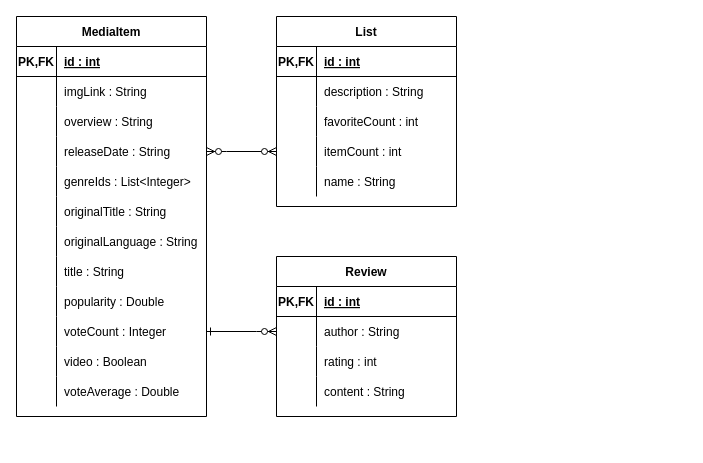
Above: page "Relationeel ontwerp" (2 of 4) of Diagrams/ERD.drawio in TeaDrinkingProgrammer/NetNietFlix (draw.io), before the change. Source tidied: cells renumbered, new cells numbered last; positions are measured from the earlier drawing's top-left corner, leaving out a move shared by most shapes. Both pictures are drawn from the tidied source at 100%, with x=0, y=0 at pixel (16, 16).
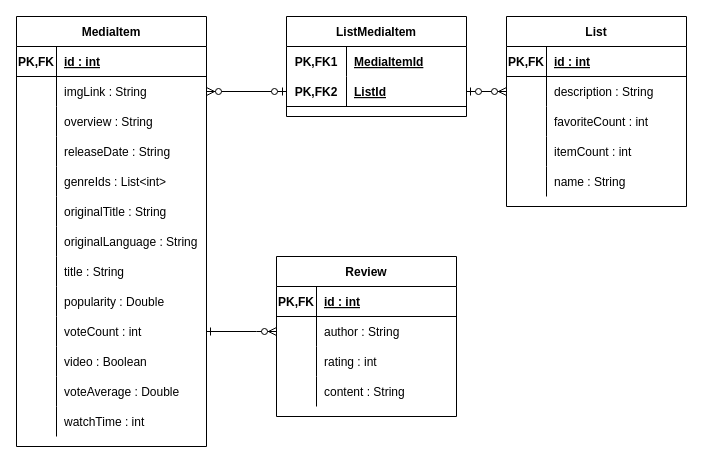
The same page after the edit.

Unchanged cells that the change refers to:
```xml
<mxCell id="7" style="shape=partialRectangle;fillColor=none;top=0;left=0;bottom=0;right=0;points=[[0,0.5],[1,0.5]];portConstraint=eastwest;" parent="3" vertex="1">
  <mxGeometry y="60" width="190" height="30" as="geometry" />
</mxCell>
<mxCell id="16" style="shape=partialRectangle;fillColor=none;top=0;left=0;bottom=0;right=0;" parent="3" vertex="1">
  <mxGeometry y="150" width="190" height="30" as="geometry" />
</mxCell>
<mxCell id="31" style="shape=partialRectangle;fillColor=none;top=0;left=0;bottom=0;right=0;points=[[0,0.5],[1,0.5]];portConstraint=eastwest;" parent="3" vertex="1">
  <mxGeometry y="300" width="190" height="30" as="geometry" />
</mxCell>
<mxCell id="44" style="shape=partialRectangle;fillColor=none;top=0;left=0;bottom=0;right=0;points=[[0,0.5],[1,0.5]];portConstraint=eastwest;" parent="40" vertex="1">
  <mxGeometry y="60" width="180" height="30" as="geometry" />
</mxCell>
<mxCell id="50" style="shape=partialRectangle;fillColor=none;top=0;left=0;bottom=0;right=0;points=[[0,0.5],[1,0.5]];portConstraint=eastwest;" parent="40" vertex="1">
  <mxGeometry y="120" width="180" height="30" as="geometry" />
</mxCell>
```

Diff of the diagram source:
```diff
@@
-    <mxCell id="2" style="edgeStyle=orthogonalEdgeStyle;rounded=0;jettySize=auto;html=1;entryX=0;entryY=0.5;entryDx=0;entryDy=0;startArrow=ERzeroToMany;startFill=1;endArrow=ERzeroToMany;endFill=1;" parent="1" edge="1" source="3" target="50">
-      <mxGeometry relative="1" as="geometry">
-        <Array as="points">
-          <mxPoint x="210" y="135" />
-          <mxPoint x="210" y="135" />
-        </Array>
-      </mxGeometry>
-    </mxCell>
     <mxCell id="3" value="MediaItem" style="shape=table;startSize=30;childLayout=tableLayout;rowLines=0;fontStyle=1;align=center;" parent="1" vertex="1">
-      <mxGeometry width="190" height="400" as="geometry" />
+      <mxGeometry width="190" height="430" as="geometry" />
     </mxCell>
@@
-    <mxCell id="18" value="genreIds : List&lt;Integer&gt;" style="shape=partialRectangle;fillColor=none;top=0;left=0;bottom=0;right=0;align=left;spacingLeft=6;overflow=hidden;" parent="16" vertex="1">
+    <mxCell id="18" value="genreIds : List&lt;int&gt;" style="shape=partialRectangle;fillColor=none;top=0;left=0;bottom=0;right=0;align=left;spacingLeft=6;overflow=hidden;" parent="16" vertex="1">
       <mxGeometry x="40" width="150" height="30" as="geometry" />
     </mxCell>
@@
-    <mxCell id="33" value="voteCount : Integer" style="shape=partialRectangle;fillColor=none;top=0;left=0;bottom=0;right=0;align=left;spacingLeft=6;overflow=hidden;" parent="31" vertex="1">
+    <mxCell id="33" value="voteCount : int" style="shape=partialRectangle;fillColor=none;top=0;left=0;bottom=0;right=0;align=left;spacingLeft=6;overflow=hidden;" parent="31" vertex="1">
       <mxGeometry x="40" width="150" height="30" as="geometry" />
     </mxCell>
@@
+    <mxCell id="70" style="shape=partialRectangle;fillColor=none;top=0;left=0;bottom=0;right=0;" parent="3" vertex="1">
+      <mxGeometry y="390" width="190" height="30" as="geometry" />
+    </mxCell>
+    <mxCell id="71" style="shape=partialRectangle;fillColor=none;top=0;left=0;bottom=0;right=0;overflow=hidden;" parent="70" vertex="1">
+      <mxGeometry width="40" height="30" as="geometry" />
+    </mxCell>
+    <mxCell id="72" value="watchTime : int" style="shape=partialRectangle;fillColor=none;top=0;left=0;bottom=0;right=0;align=left;spacingLeft=6;overflow=hidden;" parent="70" vertex="1">
+      <mxGeometry x="40" width="150" height="30" as="geometry" />
+    </mxCell>
+    <mxCell id="73" style="edgeStyle=orthogonalEdgeStyle;rounded=0;jettySize=auto;html=1;entryX=1;entryY=0.5;entryDx=0;entryDy=0;startArrow=ERzeroToMany;startFill=1;endArrow=ERzeroToOne;endFill=1;exitX=0;exitY=0.5;exitDx=0;exitDy=0;" parent="1" edge="1" source="44" target="79">
+      <mxGeometry relative="1" as="geometry" />
+    </mxCell>
     <mxCell id="40" value="List" style="shape=table;startSize=30;childLayout=tableLayout;rowLines=0;fontStyle=1;align=center;" parent="1" vertex="1">
-      <mxGeometry x="260" width="180" height="190" as="geometry" />
+      <mxGeometry x="490" width="180" height="190" as="geometry" />
     </mxCell>
@@
+    <mxCell id="74" style="edgeStyle=orthogonalEdgeStyle;rounded=0;jettySize=auto;html=1;entryX=1;entryY=0.5;entryDx=0;entryDy=0;startArrow=ERzeroToOne;startFill=1;endArrow=ERzeroToMany;endFill=1;exitX=0;exitY=0.5;exitDx=0;exitDy=0;" parent="1" edge="1" source="79" target="7">
+      <mxGeometry relative="1" as="geometry" />
+    </mxCell>
+    <mxCell id="75" value="ListMediaItem" style="shape=table;startSize=30;childLayout=tableLayout;rowLines=0;fontStyle=1;align=center;" parent="1" vertex="1">
+      <mxGeometry x="270" width="180" height="100" as="geometry" />
+    </mxCell>
+    <mxCell id="76" style="shape=partialRectangle;fillColor=none;top=0;left=0;bottom=0;right=0;" parent="75" vertex="1">
+      <mxGeometry y="30" width="180" height="30" as="geometry" />
+    </mxCell>
+    <mxCell id="77" value="PK,FK1" style="shape=partialRectangle;fillColor=none;top=0;left=0;bottom=0;right=0;fontStyle=1;overflow=hidden;" parent="76" vertex="1">
+      <mxGeometry width="60" height="30" as="geometry" />
+    </mxCell>
+    <mxCell id="78" value="MediaItemId" style="shape=partialRectangle;fillColor=none;top=0;left=0;bottom=0;right=0;align=left;spacingLeft=6;fontStyle=5;overflow=hidden;" parent="76" vertex="1">
+      <mxGeometry x="60" width="120" height="30" as="geometry" />
+    </mxCell>
+    <mxCell id="79" style="shape=partialRectangle;fillColor=none;top=0;left=0;bottom=1;right=0;points=[[0,0.5],[1,0.5]];portConstraint=eastwest;" parent="75" vertex="1">
+      <mxGeometry y="60" width="180" height="30" as="geometry" />
+    </mxCell>
+    <mxCell id="80" value="PK,FK2" style="shape=partialRectangle;fillColor=none;top=0;left=0;bottom=0;right=0;fontStyle=1;overflow=hidden;" parent="79" vertex="1">
+      <mxGeometry width="60" height="30" as="geometry" />
+    </mxCell>
+    <mxCell id="81" value="ListId" style="shape=partialRectangle;fillColor=none;top=0;left=0;bottom=0;right=0;align=left;spacingLeft=6;fontStyle=5;overflow=hidden;" parent="79" vertex="1">
+      <mxGeometry x="60" width="120" height="30" as="geometry" />
+    </mxCell>
```
